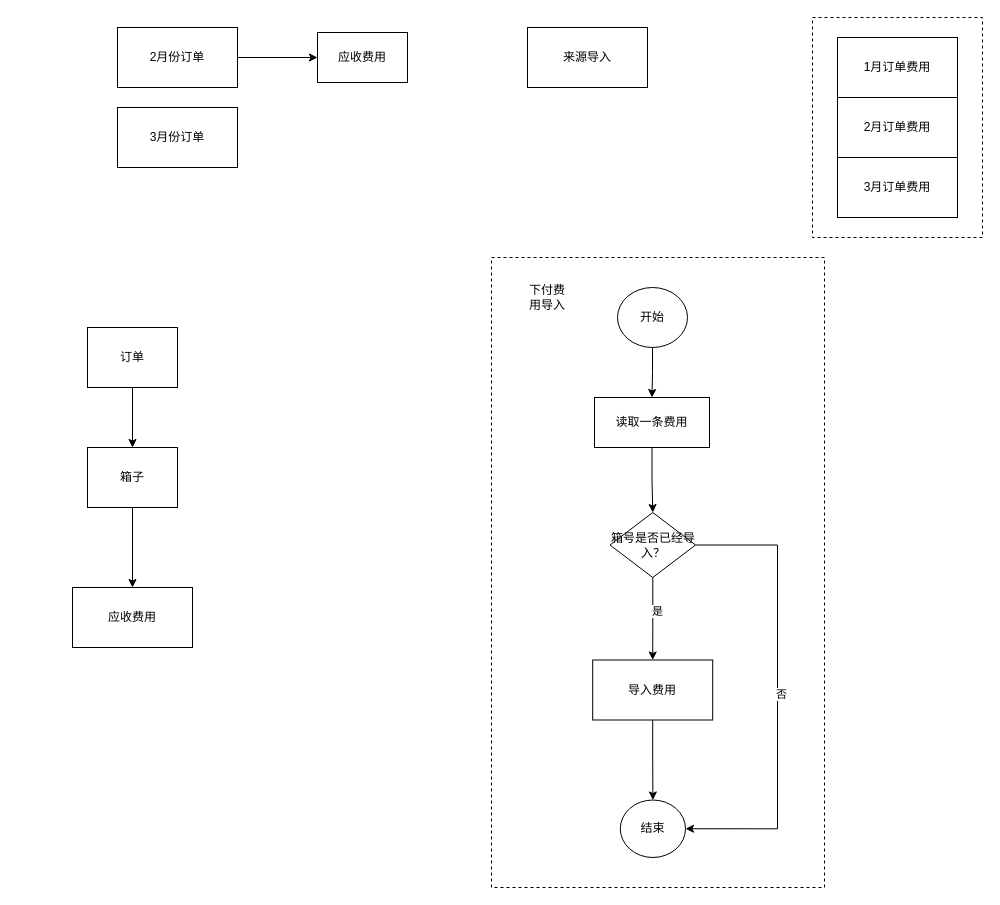
Above: 落集数据导入.drawio in gongyao1992/draw (draw.io), before the change. Source tidied: cells renumbered, new cells numbered last; positions are measured from the earlier drawing's top-left corner, leaving out a move shared by most shapes. Both pictures are drawn from the tidied source at 100%, with x=0, y=0 at pixel (72, 17).
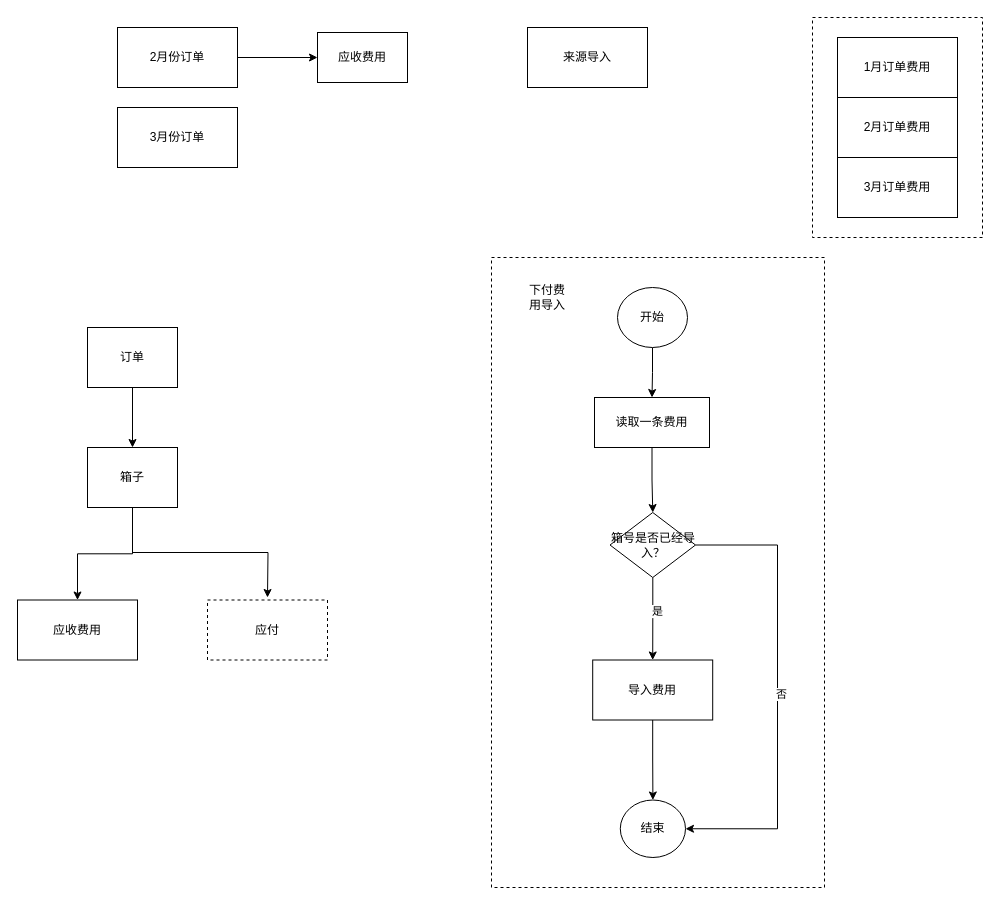
The same page after the edit.

Commit message:
更新落集数据导入.drawio

Unchanged cells that the change refers to:
```xml
<mxCell id="29" value="箱子" style="rounded=0;whiteSpace=wrap;html=1;" parent="1" vertex="1">
  <mxGeometry x="15" y="430" width="90" height="60" as="geometry" />
</mxCell>
```

Change to the diagram source:
```diff
@@
+    <mxCell id="31" style="edgeStyle=orthogonalEdgeStyle;rounded=0;jettySize=auto;html=1;exitX=0.5;exitY=1;exitDx=0;exitDy=0;" parent="1" edge="1" source="29">
+      <mxGeometry relative="1" as="geometry">
+        <mxPoint x="195" y="580" as="targetPoint" />
+      </mxGeometry>
+    </mxCell>
@@
     <mxCell id="30" value="应收费用" style="whiteSpace=wrap;html=1;rounded=0;" parent="1" vertex="1">
-      <mxGeometry y="570" width="120" height="60" as="geometry" />
+      <mxGeometry x="-55" y="582.5" width="120" height="60" as="geometry" />
     </mxCell>
+    <mxCell id="32" value="应付" style="whiteSpace=wrap;html=1;rounded=0;dashed=1;" parent="1" vertex="1">
+      <mxGeometry x="135" y="582.5" width="120" height="60" as="geometry" />
+    </mxCell>
```
